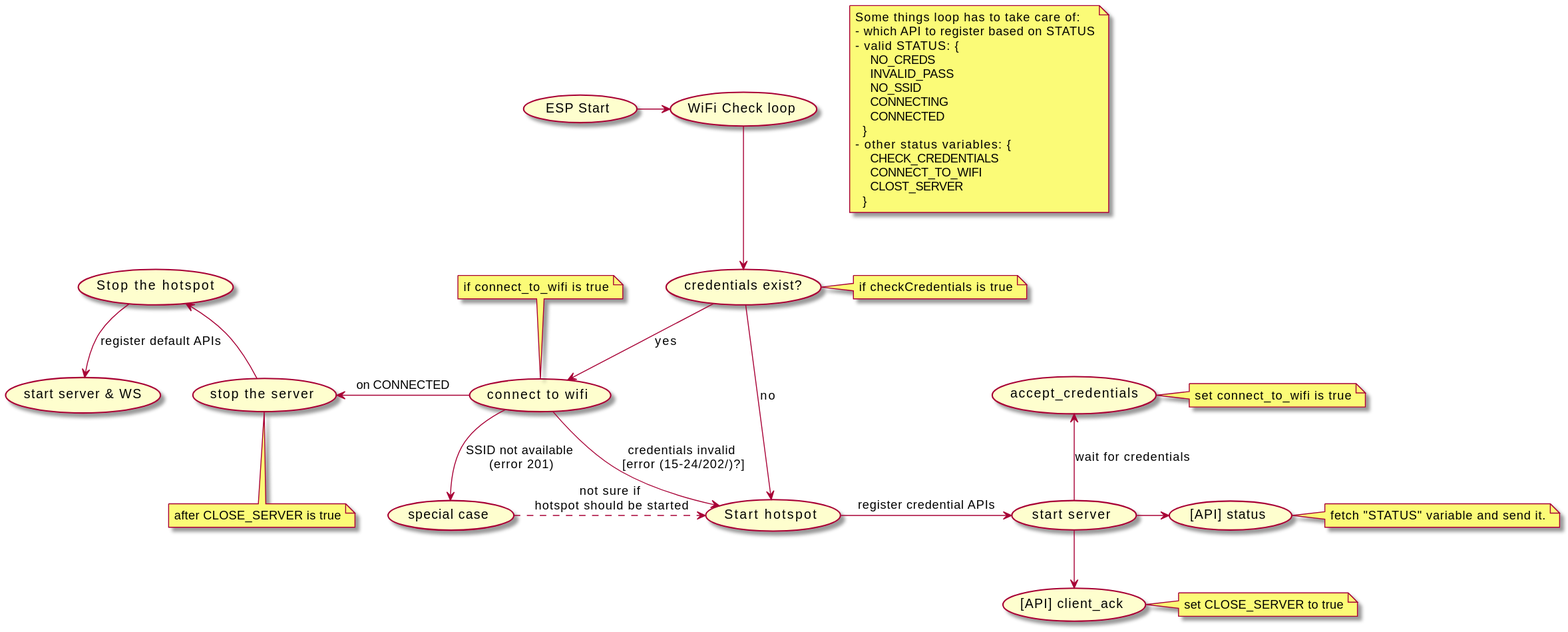
Earlier version of the PlantUML export Flowcharts/Rendered/logic.svg (TeamRocketBalleBalle/RICA-Remastered).
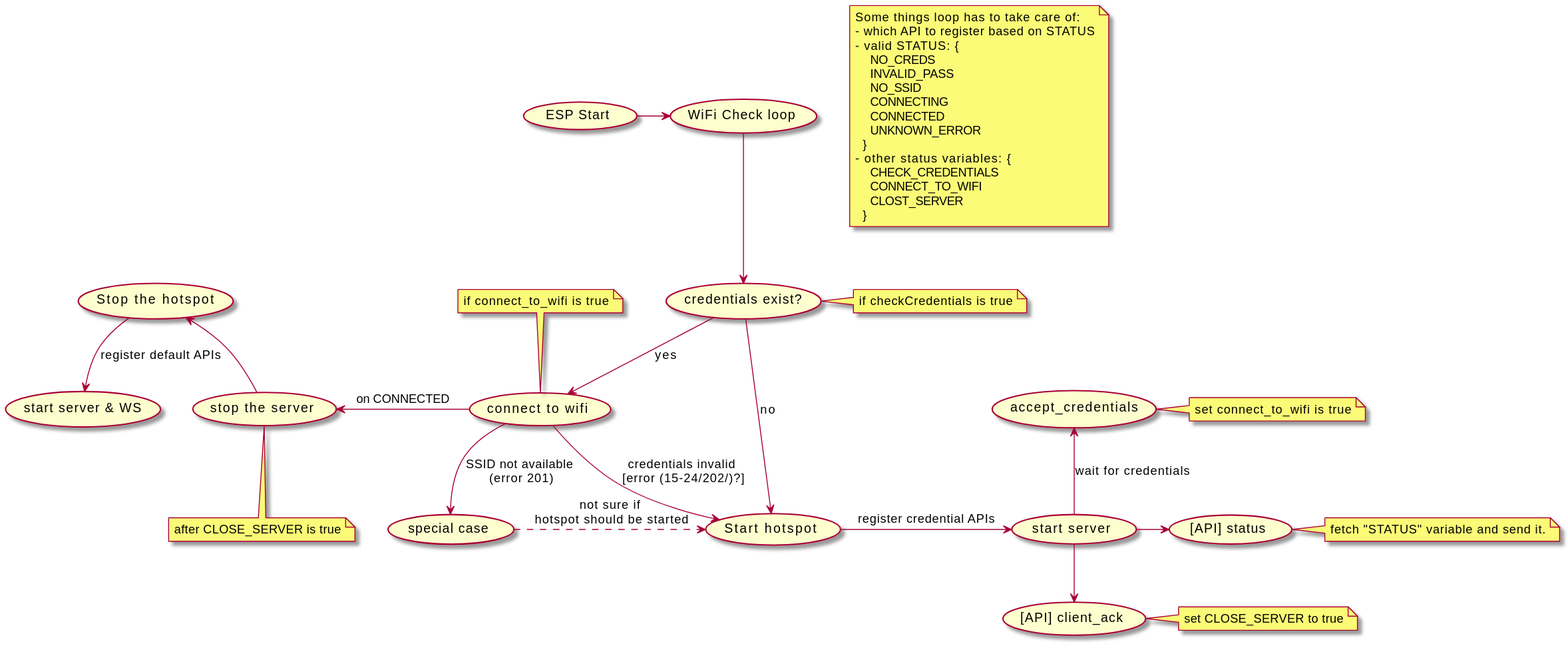
Later version of the same file.

Commit message:
🤖 Rendered PlantUML diagrams

Change to the diagram source:
```diff
@@ -36,6 +36,7 @@
         NO_SSID
         CONNECTING
         CONNECTED
+        UNKNOWN_ERROR
       }
     - other status variables: {
         CHECK_CREDENTIALS
```
